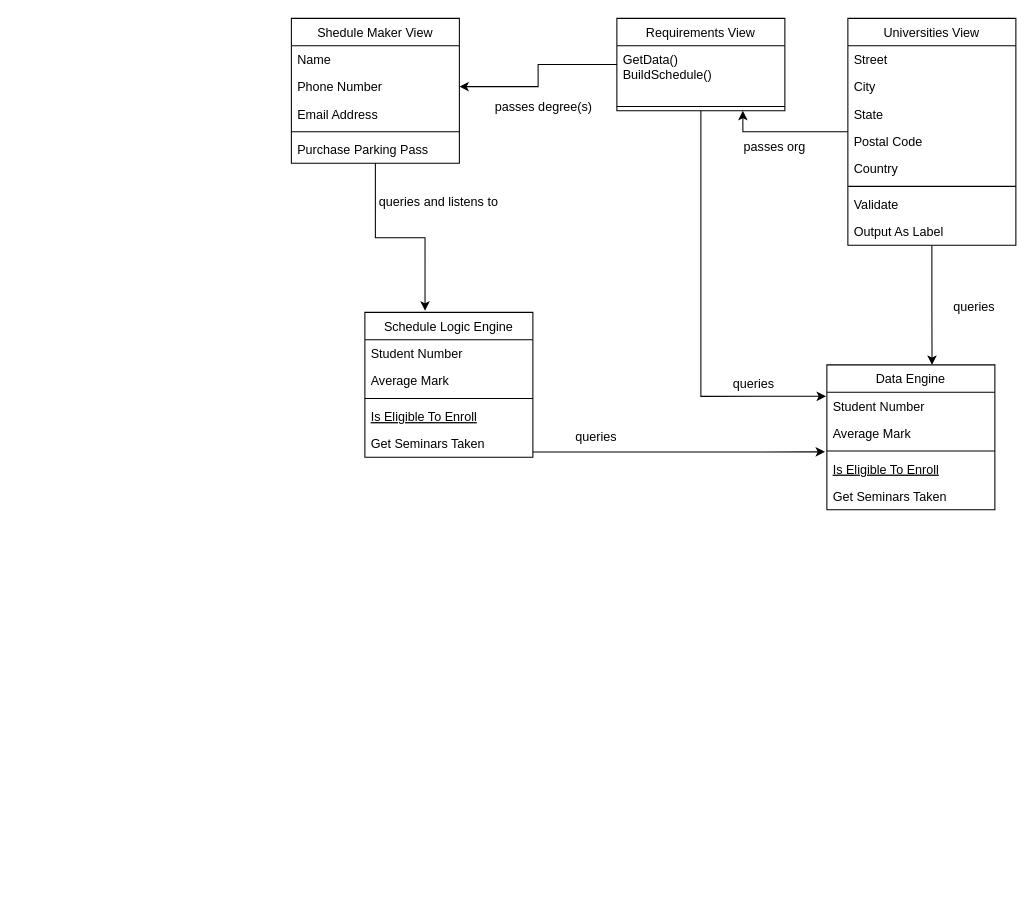
Before: planning/frontend/frontend_class_diagram.drawio in WadeCappa/UniversityPrerequisite, a draw.io diagram. Source tidied: cells renumbered, new cells numbered last; positions are measured from the earlier drawing's top-left corner, leaving out a move shared by most shapes. Both pictures are drawn from the tidied source at 105%, with x=0, y=0 at pixel (291, 18).
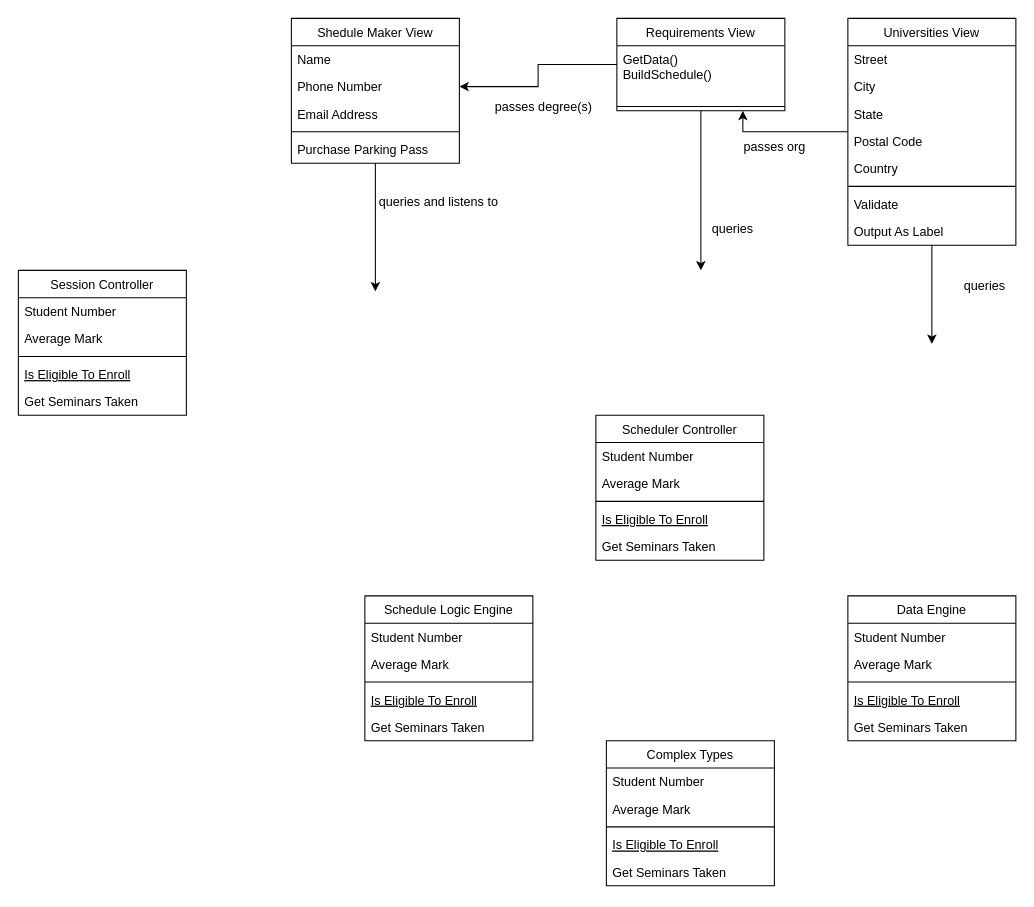
After the change.

The change refers to these unchanged cells:
```xml
<mxCell id="3" value="Shedule Maker View" style="swimlane;fontStyle=0;align=center;verticalAlign=top;horizontal=1;startSize=26;rounded=0;shadow=0;strokeWidth=1;" parent="1" vertex="1">
  <mxGeometry width="160" height="138" as="geometry" />
</mxCell>
<mxCell id="18" value="Requirements View" style="swimlane;fontStyle=0;align=center;verticalAlign=top;horizontal=1;startSize=26;rounded=0;shadow=0;strokeWidth=1;" parent="1" vertex="1">
  <mxGeometry x="310" width="160" height="88" as="geometry" />
</mxCell>
<mxCell id="23" value="Universities View" style="swimlane;fontStyle=0;align=center;verticalAlign=top;horizontal=1;startSize=26;rounded=0;shadow=0;strokeWidth=1;" parent="1" vertex="1">
  <mxGeometry x="530" width="160" height="216" as="geometry" />
</mxCell>
<mxCell id="33" value="Student Number" style="text;align=left;verticalAlign=top;spacingLeft=4;spacingRight=4;overflow=hidden;points=[[0,0.5],[1,0.5]];portConstraint=eastwest;" parent="32" vertex="1">
  <mxGeometry y="26" width="160" height="26" as="geometry" />
</mxCell>
<mxCell id="36" value="Is Eligible To Enroll" style="text;align=left;verticalAlign=top;spacingLeft=4;spacingRight=4;overflow=hidden;points=[[0,0.5],[1,0.5]];portConstraint=eastwest;fontStyle=4;" parent="32" vertex="1">
  <mxGeometry y="86" width="160" height="26" as="geometry" />
</mxCell>
```

What changed in the source:
```diff
@@
-    <mxCell id="2" style="edgeStyle=orthogonalEdgeStyle;rounded=0;jettySize=auto;html=1;entryX=0.358;entryY=-0.011;entryDx=0;entryDy=0;entryPerimeter=0;" parent="1" edge="1" source="3" target="10">
-      <mxGeometry relative="1" as="geometry" />
+    <mxCell id="2" style="edgeStyle=orthogonalEdgeStyle;rounded=0;jettySize=auto;html=1;" parent="1" edge="1" source="3">
+      <mxGeometry relative="1" as="geometry">
+        <mxPoint x="80" y="260" as="targetPoint" />
+      </mxGeometry>
     </mxCell>
@@
-    <mxCell id="9" style="edgeStyle=orthogonalEdgeStyle;rounded=0;jettySize=auto;html=1;entryX=-0.011;entryY=-0.121;entryDx=0;entryDy=0;entryPerimeter=0;" parent="1" edge="1" source="10" target="36">
-      <mxGeometry relative="1" as="geometry">
-        <Array as="points">
-          <mxPoint x="270" y="413" />
-          <mxPoint x="270" y="413" />
-        </Array>
-      </mxGeometry>
-    </mxCell>
     <mxCell id="10" value="Schedule Logic Engine" style="swimlane;fontStyle=0;align=center;verticalAlign=top;horizontal=1;startSize=26;rounded=0;shadow=0;strokeWidth=1;" parent="1" vertex="1">
-      <mxGeometry x="70" y="280" width="160" height="138" as="geometry" />
+      <mxGeometry x="70" y="550" width="160" height="138" as="geometry" />
     </mxCell>
@@
-    <mxCell id="16" style="edgeStyle=orthogonalEdgeStyle;rounded=0;jettySize=auto;html=1;entryX=-0.005;entryY=0.152;entryDx=0;entryDy=0;entryPerimeter=0;" parent="1" edge="1" source="18" target="33">
-      <mxGeometry relative="1" as="geometry" />
+    <mxCell id="16" style="edgeStyle=orthogonalEdgeStyle;rounded=0;jettySize=auto;html=1;" parent="1" edge="1" source="18">
+      <mxGeometry relative="1" as="geometry">
+        <mxPoint x="390" y="240" as="targetPoint" />
+      </mxGeometry>
     </mxCell>
@@
-    <mxCell id="21" style="edgeStyle=orthogonalEdgeStyle;rounded=0;jettySize=auto;html=1;entryX=0.626;entryY=0;entryDx=0;entryDy=0;entryPerimeter=0;" parent="1" edge="1" source="23" target="32">
-      <mxGeometry relative="1" as="geometry" />
+    <mxCell id="21" style="edgeStyle=orthogonalEdgeStyle;rounded=0;jettySize=auto;html=1;" parent="1" edge="1" source="23">
+      <mxGeometry relative="1" as="geometry">
+        <mxPoint x="610" y="310" as="targetPoint" />
+      </mxGeometry>
     </mxCell>
@@
     <mxCell id="32" value="Data Engine" style="swimlane;fontStyle=0;align=center;verticalAlign=top;horizontal=1;startSize=26;rounded=0;shadow=0;strokeWidth=1;" parent="1" vertex="1">
-      <mxGeometry x="510" y="330" width="160" height="138" as="geometry" />
+      <mxGeometry x="530" y="550" width="160" height="138" as="geometry" />
     </mxCell>
@@
     <mxCell id="38" value="queries" style="text;html=1;align=center;verticalAlign=middle;strokeColor=none;fillColor=none;" parent="1" vertex="1">
-      <mxGeometry x="620" y="260" width="60" height="30" as="geometry" />
+      <mxGeometry x="630" y="240" width="60" height="30" as="geometry" />
     </mxCell>
     <mxCell id="39" value="queries" style="text;html=1;align=center;verticalAlign=middle;strokeColor=none;fillColor=none;" parent="1" vertex="1">
-      <mxGeometry x="410" y="334" width="60" height="30" as="geometry" />
+      <mxGeometry x="390" y="186" width="60" height="30" as="geometry" />
     </mxCell>
-    <mxCell id="40" value="queries" style="text;html=1;align=center;verticalAlign=middle;strokeColor=none;fillColor=none;" parent="1" vertex="1">
-      <mxGeometry x="260" y="384" width="60" height="30" as="geometry" />
-    </mxCell>
@@
+    <mxCell id="44" value="Scheduler Controller" style="swimlane;fontStyle=0;align=center;verticalAlign=top;horizontal=1;startSize=26;rounded=0;shadow=0;strokeWidth=1;" parent="1" vertex="1">
+      <mxGeometry x="290" y="378" width="160" height="138" as="geometry" />
+    </mxCell>
+    <mxCell id="45" value="Student Number" style="text;align=left;verticalAlign=top;spacingLeft=4;spacingRight=4;overflow=hidden;" parent="44" vertex="1">
+      <mxGeometry y="26" width="160" height="26" as="geometry" />
+    </mxCell>
+    <mxCell id="46" value="Average Mark" style="text;align=left;verticalAlign=top;spacingLeft=4;spacingRight=4;overflow=hidden;rounded=0;shadow=0;html=0;" parent="44" vertex="1">
+      <mxGeometry y="52" width="160" height="26" as="geometry" />
+    </mxCell>
+    <mxCell id="47" style="line;html=1;strokeWidth=1;align=left;verticalAlign=middle;spacingTop=-1;spacingLeft=3;spacingRight=3;labelPosition=right;" parent="44" vertex="1">
+      <mxGeometry y="78" width="160" height="8" as="geometry" />
+    </mxCell>
+    <mxCell id="48" value="Is Eligible To Enroll" style="text;align=left;verticalAlign=top;spacingLeft=4;spacingRight=4;overflow=hidden;fontStyle=4;" parent="44" vertex="1">
+      <mxGeometry y="86" width="160" height="26" as="geometry" />
+    </mxCell>
+    <mxCell id="49" value="Get Seminars Taken" style="text;align=left;verticalAlign=top;spacingLeft=4;spacingRight=4;overflow=hidden;" parent="44" vertex="1">
+      <mxGeometry y="112" width="160" height="26" as="geometry" />
+    </mxCell>
+    <mxCell id="50" value="Session Controller" style="swimlane;fontStyle=0;align=center;verticalAlign=top;horizontal=1;startSize=26;rounded=0;shadow=0;strokeWidth=1;" parent="1" vertex="1">
+      <mxGeometry x="-260" y="240" width="160" height="138" as="geometry" />
+    </mxCell>
+    <mxCell id="51" value="Student Number" style="text;align=left;verticalAlign=top;spacingLeft=4;spacingRight=4;overflow=hidden;" parent="50" vertex="1">
+      <mxGeometry y="26" width="160" height="26" as="geometry" />
+    </mxCell>
+    <mxCell id="52" value="Average Mark" style="text;align=left;verticalAlign=top;spacingLeft=4;spacingRight=4;overflow=hidden;rounded=0;shadow=0;html=0;" parent="50" vertex="1">
+      <mxGeometry y="52" width="160" height="26" as="geometry" />
+    </mxCell>
+    <mxCell id="53" style="line;html=1;strokeWidth=1;align=left;verticalAlign=middle;spacingTop=-1;spacingLeft=3;spacingRight=3;labelPosition=right;" parent="50" vertex="1">
+      <mxGeometry y="78" width="160" height="8" as="geometry" />
+    </mxCell>
+    <mxCell id="54" value="Is Eligible To Enroll" style="text;align=left;verticalAlign=top;spacingLeft=4;spacingRight=4;overflow=hidden;fontStyle=4;" parent="50" vertex="1">
+      <mxGeometry y="86" width="160" height="26" as="geometry" />
+    </mxCell>
+    <mxCell id="55" value="Get Seminars Taken" style="text;align=left;verticalAlign=top;spacingLeft=4;spacingRight=4;overflow=hidden;" parent="50" vertex="1">
+      <mxGeometry y="112" width="160" height="26" as="geometry" />
+    </mxCell>
+    <mxCell id="56" value="Complex Types" style="swimlane;fontStyle=0;align=center;verticalAlign=top;horizontal=1;startSize=26;rounded=0;shadow=0;strokeWidth=1;" parent="1" vertex="1">
+      <mxGeometry x="300" y="688" width="160" height="138" as="geometry" />
+    </mxCell>
+    <mxCell id="57" value="Student Number" style="text;align=left;verticalAlign=top;spacingLeft=4;spacingRight=4;overflow=hidden;" parent="56" vertex="1">
+      <mxGeometry y="26" width="160" height="26" as="geometry" />
+    </mxCell>
+    <mxCell id="58" value="Average Mark" style="text;align=left;verticalAlign=top;spacingLeft=4;spacingRight=4;overflow=hidden;rounded=0;shadow=0;html=0;" parent="56" vertex="1">
+      <mxGeometry y="52" width="160" height="26" as="geometry" />
+    </mxCell>
+    <mxCell id="59" style="line;html=1;strokeWidth=1;align=left;verticalAlign=middle;spacingTop=-1;spacingLeft=3;spacingRight=3;labelPosition=right;" parent="56" vertex="1">
+      <mxGeometry y="78" width="160" height="8" as="geometry" />
+    </mxCell>
+    <mxCell id="60" value="Is Eligible To Enroll" style="text;align=left;verticalAlign=top;spacingLeft=4;spacingRight=4;overflow=hidden;fontStyle=4;" parent="56" vertex="1">
+      <mxGeometry y="86" width="160" height="26" as="geometry" />
+    </mxCell>
+    <mxCell id="61" value="Get Seminars Taken" style="text;align=left;verticalAlign=top;spacingLeft=4;spacingRight=4;overflow=hidden;" parent="56" vertex="1">
+      <mxGeometry y="112" width="160" height="26" as="geometry" />
+    </mxCell>
```
